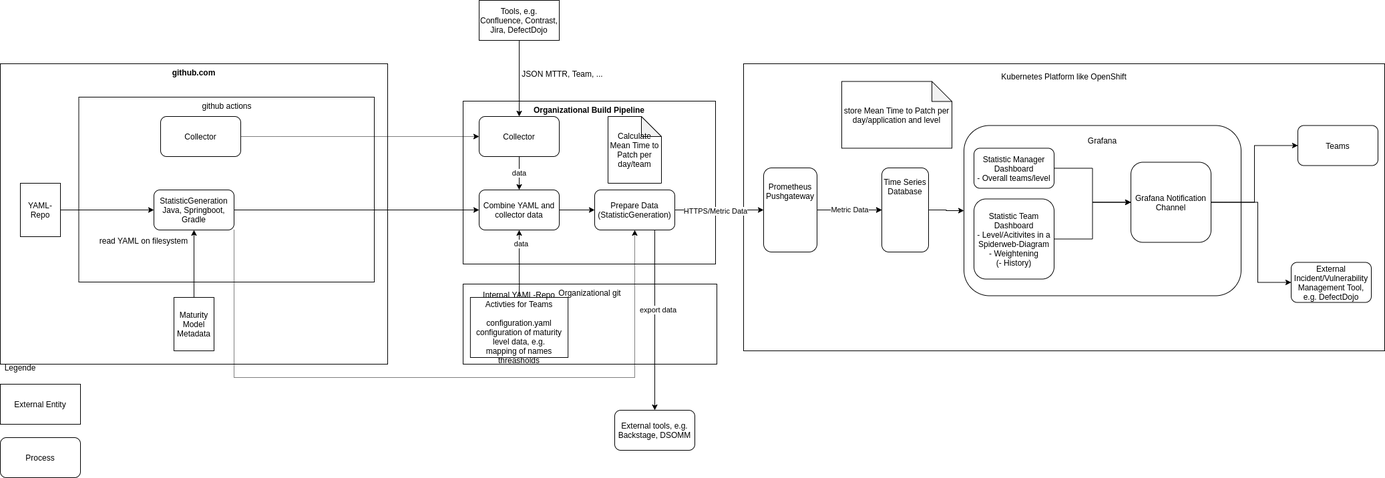
Earlier version of the draw.io export docs/architecture.png (devsecopsmaturitymodel/metricCA). Source tidied: cells renumbered, new cells last; positions are measured from the earlier drawing's top-left corner, leaving out a move shared by most shapes.
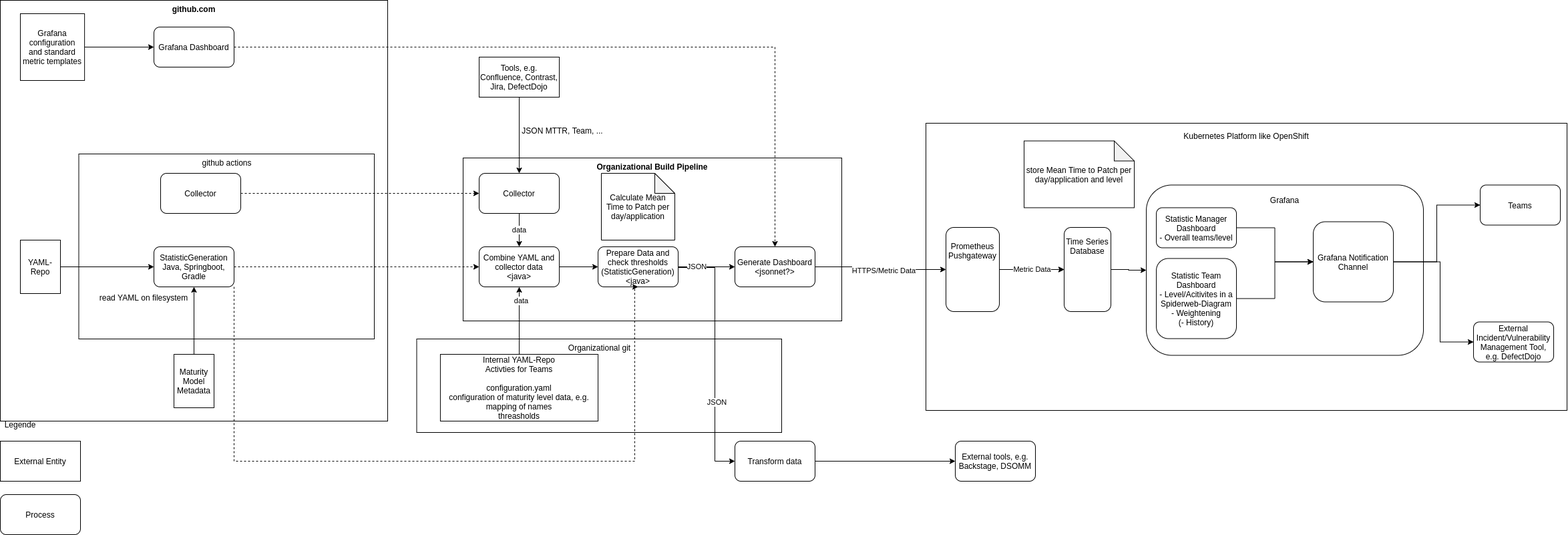
Later version of the same file.

Commit message:
chore: decouple Grafana

Diff of the diagram source:
```diff
@@ -3,10 +3,10 @@
     <mxCell id="0" />
     <mxCell id="1" parent="0" />
     <mxCell id="2" value="Kubernetes Platform like OpenShift&lt;br&gt;&lt;br&gt;&lt;br&gt;&lt;br&gt;&lt;br&gt;&lt;br&gt;&lt;br&gt;&lt;br&gt;&lt;br&gt;&lt;br&gt;&lt;br&gt;&lt;br&gt;&lt;br&gt;&lt;br&gt;&lt;br&gt;&lt;br&gt;&lt;br&gt;&lt;br&gt;&lt;br&gt;&lt;br&gt;&lt;br&gt;&lt;br&gt;&lt;br&gt;&lt;br&gt;&lt;br&gt;&lt;br&gt;&lt;br&gt;&lt;br&gt;&lt;br&gt;" style="rounded=0;whiteSpace=wrap;html=1;" parent="1" vertex="1">
-      <mxGeometry x="1113" y="95" width="960" height="430" as="geometry" />
+      <mxGeometry x="1386" y="99" width="960" height="430" as="geometry" />
     </mxCell>
     <mxCell id="3" value="github.com" style="rounded=0;whiteSpace=wrap;html=1;verticalAlign=top;fontStyle=1;" parent="1" vertex="1">
-      <mxGeometry y="95" width="580" height="450" as="geometry" />
+      <mxGeometry y="-85" width="580" height="630" as="geometry" />
     </mxCell>
     <mxCell id="4" value="External Entity" style="rounded=0;whiteSpace=wrap;html=1;" parent="1" vertex="1">
       <mxGeometry y="575" width="120" height="60" as="geometry" />
@@ -39,28 +39,28 @@
       <mxGeometry x="260" y="445" width="60" height="80" as="geometry" />
     </mxCell>
     <mxCell id="14" value="External Incident/Vulnerability Management Tool, e.g. DefectDojo" style="rounded=1;whiteSpace=wrap;html=1;" parent="1" vertex="1">
-      <mxGeometry x="1933" y="392.5" width="120" height="60" as="geometry" />
+      <mxGeometry x="2206" y="396.5" width="120" height="60" as="geometry" />
     </mxCell>
     <mxCell id="15" value="Grafana&lt;br&gt;&lt;br&gt;&lt;br&gt;&lt;br&gt;&lt;br&gt;&lt;br&gt;&lt;br&gt;&lt;br&gt;&lt;br&gt;&lt;br&gt;&lt;br&gt;&lt;br&gt;&lt;br&gt;&lt;br&gt;&lt;br&gt;&lt;br&gt;" style="rounded=1;whiteSpace=wrap;html=1;" parent="1" vertex="1">
-      <mxGeometry x="1443" y="187.5" width="415" height="255" as="geometry" />
+      <mxGeometry x="1716" y="191.5" width="415" height="255" as="geometry" />
     </mxCell>
     <mxCell id="16" style="edgeStyle=orthogonalEdgeStyle;rounded=0;jettySize=auto;html=1;" parent="1" edge="1" source="17" target="22">
       <mxGeometry relative="1" as="geometry" />
     </mxCell>
     <mxCell id="17" value="Statistic Team Dashboard&lt;br&gt;- Level/Acitivites in a Spiderweb-Diagram&lt;br&gt;- Weightening&lt;br&gt;(- History)" style="rounded=1;whiteSpace=wrap;html=1;" parent="1" vertex="1">
-      <mxGeometry x="1458" y="297.5" width="120" height="120" as="geometry" />
+      <mxGeometry x="1731" y="301.5" width="120" height="120" as="geometry" />
     </mxCell>
     <mxCell id="18" style="edgeStyle=orthogonalEdgeStyle;rounded=0;jettySize=auto;html=1;entryX=0;entryY=0.5;entryDx=0;entryDy=0;" parent="1" edge="1" source="19" target="22">
       <mxGeometry relative="1" as="geometry" />
     </mxCell>
     <mxCell id="19" value="Statistic Manager Dashboard&lt;br&gt;- Overall teams/level" style="rounded=1;whiteSpace=wrap;html=1;" parent="1" vertex="1">
-      <mxGeometry x="1458" y="221.5" width="120" height="60" as="geometry" />
+      <mxGeometry x="1731" y="225.5" width="120" height="60" as="geometry" />
     </mxCell>
     <mxCell id="20" style="edgeStyle=orthogonalEdgeStyle;rounded=0;jettySize=auto;html=1;entryX=0;entryY=0.5;entryDx=0;entryDy=0;" parent="1" edge="1" source="22" target="14">
       <mxGeometry relative="1" as="geometry">
         <Array as="points">
-          <mxPoint x="1883" y="302.5" />
-          <mxPoint x="1883" y="422.5" />
+          <mxPoint x="2156" y="306.5" />
+          <mxPoint x="2156" y="426.5" />
         </Array>
       </mxGeometry>
     </mxCell>
@@ -68,13 +68,13 @@
       <mxGeometry relative="1" as="geometry" />
     </mxCell>
     <mxCell id="22" value="Grafana Notification Channel" style="rounded=1;whiteSpace=wrap;html=1;" parent="1" vertex="1">
-      <mxGeometry x="1693" y="242.5" width="120" height="120" as="geometry" />
+      <mxGeometry x="1966" y="246.5" width="120" height="120" as="geometry" />
     </mxCell>
     <mxCell id="23" value="Organizational git" style="rounded=0;whiteSpace=wrap;html=1;verticalAlign=top;" parent="1" vertex="1">
-      <mxGeometry x="693" y="425" width="380" height="120" as="geometry" />
+      <mxGeometry x="623.5" y="422" width="546.5" height="140" as="geometry" />
     </mxCell>
     <mxCell id="24" value="&lt;b&gt;Organizational Build Pipeline&lt;/b&gt;" style="rounded=0;whiteSpace=wrap;html=1;verticalAlign=top;" parent="1" vertex="1">
-      <mxGeometry x="693" y="151" width="378" height="244" as="geometry" />
+      <mxGeometry x="693" y="151" width="567" height="244" as="geometry" />
     </mxCell>
     <mxCell id="25" value="Tools, e.g. Confluence, Contrast, Jira, DefectDojo" style="rounded=0;whiteSpace=wrap;html=1;" parent="1" vertex="1">
       <mxGeometry x="717" width="120" height="60" as="geometry" />
@@ -91,7 +91,7 @@
     <mxCell id="29" value="Collector" style="rounded=1;whiteSpace=wrap;html=1;" parent="1" vertex="1">
       <mxGeometry x="717" y="174" width="120" height="60" as="geometry" />
     </mxCell>
-    <mxCell id="30" style="edgeStyle=orthogonalEdgeStyle;rounded=0;jettySize=auto;html=1;exitX=1;exitY=0.5;exitDx=0;exitDy=0;" parent="1" edge="1" source="45" target="36">
+    <mxCell id="30" style="edgeStyle=orthogonalEdgeStyle;rounded=0;jettySize=auto;html=1;exitX=1;exitY=0.5;exitDx=0;exitDy=0;" parent="1" edge="1" source="54" target="36">
       <mxGeometry relative="1" as="geometry" />
     </mxCell>
     <mxCell id="31" value="HTTPS/Metric Data" style="edgeLabel;html=1;align=center;verticalAlign=middle;" parent="30" vertex="1">
@@ -103,7 +103,7 @@
       <mxGeometry x="0.59" y="-3" relative="1" as="geometry" />
     </mxCell>
     <mxCell id="33" value="Internal YAML-Repo&lt;br&gt;Activties for Teams&lt;br&gt;&lt;br&gt;configuration.yaml&lt;br&gt;configuration of maturity level data, e.g.&lt;br&gt;mapping of names&lt;br&gt;threasholds" style="shape=cylinder3;whiteSpace=wrap;html=1;boundedLbl=1;backgroundOutline=1;size=15;" parent="1" vertex="1">
-      <mxGeometry x="703.9" y="445" width="146.2" height="90" as="geometry" />
+      <mxGeometry x="658.9" y="445" width="236.1" height="100" as="geometry" />
     </mxCell>
     <mxCell id="34" style="edgeStyle=orthogonalEdgeStyle;rounded=0;jettySize=auto;html=1;" parent="1" edge="1" source="36" target="41">
       <mxGeometry relative="1" as="geometry" />
@@ -112,57 +112,88 @@
       <mxGeometry relative="1" as="geometry" />
     </mxCell>
     <mxCell id="36" value="Prometheus Pushgateway&lt;br&gt;&lt;br&gt;&lt;br&gt;&lt;br&gt;&lt;br&gt;" style="rounded=1;whiteSpace=wrap;html=1;" parent="1" vertex="1">
-      <mxGeometry x="1143" y="251" width="80" height="126" as="geometry" />
+      <mxGeometry x="1416" y="255" width="80" height="126" as="geometry" />
     </mxCell>
-    <mxCell id="37" value="Combine YAML and collector data" style="rounded=1;whiteSpace=wrap;html=1;" parent="1" vertex="1">
+    <mxCell id="37" value="Combine YAML and collector data&lt;br&gt;&amp;lt;java&amp;gt;" style="rounded=1;whiteSpace=wrap;html=1;" parent="1" vertex="1">
       <mxGeometry x="717" y="284" width="120" height="60" as="geometry" />
     </mxCell>
     <mxCell id="38" style="edgeStyle=orthogonalEdgeStyle;rounded=0;jettySize=auto;html=1;" parent="1" edge="1" source="41" target="15">
       <mxGeometry relative="1" as="geometry" />
     </mxCell>
-    <mxCell id="39" style="edgeStyle=orthogonalEdgeStyle;rounded=0;jettySize=auto;html=1;exitX=0.75;exitY=1;exitDx=0;exitDy=0;" parent="1" edge="1" source="45" target="49">
-      <mxGeometry relative="1" as="geometry" />
+    <mxCell id="39" style="edgeStyle=orthogonalEdgeStyle;rounded=0;jettySize=auto;html=1;exitX=1;exitY=0.5;exitDx=0;exitDy=0;" parent="1" edge="1" source="45" target="56">
+      <mxGeometry relative="1" as="geometry">
+        <Array as="points">
+          <mxPoint x="1070" y="315" />
+          <mxPoint x="1070" y="605" />
+        </Array>
+      </mxGeometry>
     </mxCell>
-    <mxCell id="40" value="export data" style="edgeLabel;html=1;align=center;verticalAlign=middle;" parent="39" vertex="1">
-      <mxGeometry x="-0.12" y="4" relative="1" as="geometry" />
-    </mxCell>
+    <mxCell id="52" value="JSON" style="edgeLabel;html=1;align=center;verticalAlign=middle;" parent="39" vertex="1">
+      <mxGeometry x="0.37" y="2" relative="1" as="geometry" />
+    </mxCell>
     <mxCell id="41" value="Time Series Database&lt;br&gt;&lt;br&gt;&lt;br&gt;&lt;br&gt;&lt;br&gt;&lt;br&gt;" style="rounded=1;whiteSpace=wrap;html=1;" parent="1" vertex="1">
-      <mxGeometry x="1320" y="251" width="70" height="126" as="geometry" />
+      <mxGeometry x="1593" y="255" width="70" height="126" as="geometry" />
     </mxCell>
     <mxCell id="42" value="Teams" style="rounded=1;whiteSpace=wrap;html=1;" parent="1" vertex="1">
-      <mxGeometry x="1943" y="187.5" width="120" height="60" as="geometry" />
+      <mxGeometry x="2216" y="191.5" width="120" height="60" as="geometry" />
     </mxCell>
-    <mxCell id="43" style="edgeStyle=orthogonalEdgeStyle;rounded=0;jettySize=auto;html=1;dashed=1;dashPattern=1 1;" parent="1" edge="1" source="44" target="29">
+    <mxCell id="43" style="edgeStyle=orthogonalEdgeStyle;rounded=0;jettySize=auto;html=1;dashed=1;" parent="1" edge="1" source="44" target="29">
       <mxGeometry relative="1" as="geometry" />
     </mxCell>
     <mxCell id="44" value="Collector" style="rounded=1;whiteSpace=wrap;html=1;" parent="1" vertex="1">
       <mxGeometry x="240" y="174" width="120" height="60" as="geometry" />
     </mxCell>
+    <mxCell id="53" value="JSON" style="edgeStyle=orthogonalEdgeStyle;rounded=0;jettySize=auto;html=1;" parent="1" edge="1" source="45" target="54">
+      <mxGeometry x="0.01" y="15" relative="1" as="geometry">
+        <mxPoint x="-15" y="15" as="offset" />
+      </mxGeometry>
+    </mxCell>
-    <mxCell id="45" value="Prepare Data&lt;br&gt;(StatisticGeneration)" style="rounded=1;whiteSpace=wrap;html=1;" parent="1" vertex="1">
-      <mxGeometry x="890" y="284" width="120" height="60" as="geometry" />
+    <mxCell id="45" value="Prepare Data and check thresholds&lt;br&gt;(StatisticGeneration)&lt;br&gt;&amp;lt;java&amp;gt;" style="rounded=1;whiteSpace=wrap;html=1;" parent="1" vertex="1">
+      <mxGeometry x="895.1" y="284" width="120" height="60" as="geometry" />
     </mxCell>
     <mxCell id="46" style="edgeStyle=orthogonalEdgeStyle;rounded=0;jettySize=auto;html=1;exitX=1;exitY=0.5;exitDx=0;exitDy=0;" parent="1" edge="1" source="37" target="45">
       <mxGeometry relative="1" as="geometry" />
     </mxCell>
-    <mxCell id="47" style="edgeStyle=orthogonalEdgeStyle;rounded=0;jettySize=auto;html=1;entryX=0.5;entryY=1;entryDx=0;entryDy=0;dashed=1;dashPattern=1 1;exitX=1;exitY=1;exitDx=0;exitDy=0;" parent="1" edge="1" source="9" target="45">
+    <mxCell id="47" style="edgeStyle=orthogonalEdgeStyle;rounded=0;jettySize=auto;html=1;entryX=0.5;entryY=1;entryDx=0;entryDy=0;dashed=1;exitX=1;exitY=1;exitDx=0;exitDy=0;" parent="1" edge="1" source="9" target="45">
       <mxGeometry relative="1" as="geometry">
         <Array as="points">
-          <mxPoint x="350" y="565" />
-          <mxPoint x="950" y="565" />
+          <mxPoint x="350" y="605" />
+          <mxPoint x="950" y="605" />
         </Array>
       </mxGeometry>
     </mxCell>
-    <mxCell id="48" style="edgeStyle=orthogonalEdgeStyle;rounded=0;jettySize=auto;html=1;" parent="1" edge="1" source="9" target="37">
+    <mxCell id="48" style="edgeStyle=orthogonalEdgeStyle;rounded=0;jettySize=auto;html=1;dashed=1;" parent="1" edge="1" source="9" target="37">
       <mxGeometry relative="1" as="geometry" />
     </mxCell>
     <mxCell id="49" value="External tools, e.g. Backstage, DSOMM" style="rounded=1;whiteSpace=wrap;html=1;" parent="1" vertex="1">
-      <mxGeometry x="920" y="614" width="120" height="60" as="geometry" />
+      <mxGeometry x="1430" y="575" width="120" height="60" as="geometry" />
     </mxCell>
-    <mxCell id="50" value="Calculate Mean Time to Patch per day/team" style="shape=note;whiteSpace=wrap;html=1;backgroundOutline=1;darkOpacity=0.05;" parent="1" vertex="1">
-      <mxGeometry x="910" y="174" width="80" height="100" as="geometry" />
+    <mxCell id="50" value="Calculate Mean Time to Patch per day/application" style="shape=note;whiteSpace=wrap;html=1;backgroundOutline=1;darkOpacity=0.05;" parent="1" vertex="1">
+      <mxGeometry x="900" y="174" width="110" height="100" as="geometry" />
     </mxCell>
     <mxCell id="51" value="store Mean Time to Patch per day/application and level" style="shape=note;whiteSpace=wrap;html=1;backgroundOutline=1;darkOpacity=0.05;" parent="1" vertex="1">
-      <mxGeometry x="1260" y="121.5" width="165" height="100" as="geometry" />
+      <mxGeometry x="1533" y="125.5" width="165" height="100" as="geometry" />
     </mxCell>
+    <mxCell id="54" value="Generate Dashboard&lt;br&gt;&amp;lt;jsonnet?&amp;gt;" style="rounded=1;whiteSpace=wrap;html=1;" parent="1" vertex="1">
+      <mxGeometry x="1100" y="284" width="120" height="60" as="geometry" />
+    </mxCell>
+    <mxCell id="55" style="edgeStyle=orthogonalEdgeStyle;rounded=0;jettySize=auto;html=1;" parent="1" edge="1" source="56" target="49">
+      <mxGeometry relative="1" as="geometry" />
+    </mxCell>
+    <mxCell id="56" value="Transform data" style="rounded=1;whiteSpace=wrap;html=1;" parent="1" vertex="1">
+      <mxGeometry x="1100" y="575" width="120" height="60" as="geometry" />
+    </mxCell>
+    <mxCell id="57" style="edgeStyle=orthogonalEdgeStyle;rounded=0;jettySize=auto;html=1;" parent="1" edge="1" source="58" target="60">
+      <mxGeometry relative="1" as="geometry" />
+    </mxCell>
+    <mxCell id="58" value="Grafana configuration&lt;br&gt;and standard metric templates" style="shape=cylinder3;whiteSpace=wrap;html=1;boundedLbl=1;backgroundOutline=1;size=15;" parent="1" vertex="1">
+      <mxGeometry x="30" y="-65" width="96.1" height="100" as="geometry" />
+    </mxCell>
+    <mxCell id="59" style="edgeStyle=orthogonalEdgeStyle;rounded=0;jettySize=auto;html=1;dashed=1;" parent="1" edge="1" source="60" target="54">
+      <mxGeometry relative="1" as="geometry" />
+    </mxCell>
+    <mxCell id="60" value="Grafana Dashboard" style="rounded=1;whiteSpace=wrap;html=1;" parent="1" vertex="1">
+      <mxGeometry x="230" y="-45" width="120" height="60" as="geometry" />
+    </mxCell>
   </root>
 </mxGraphModel>
```
